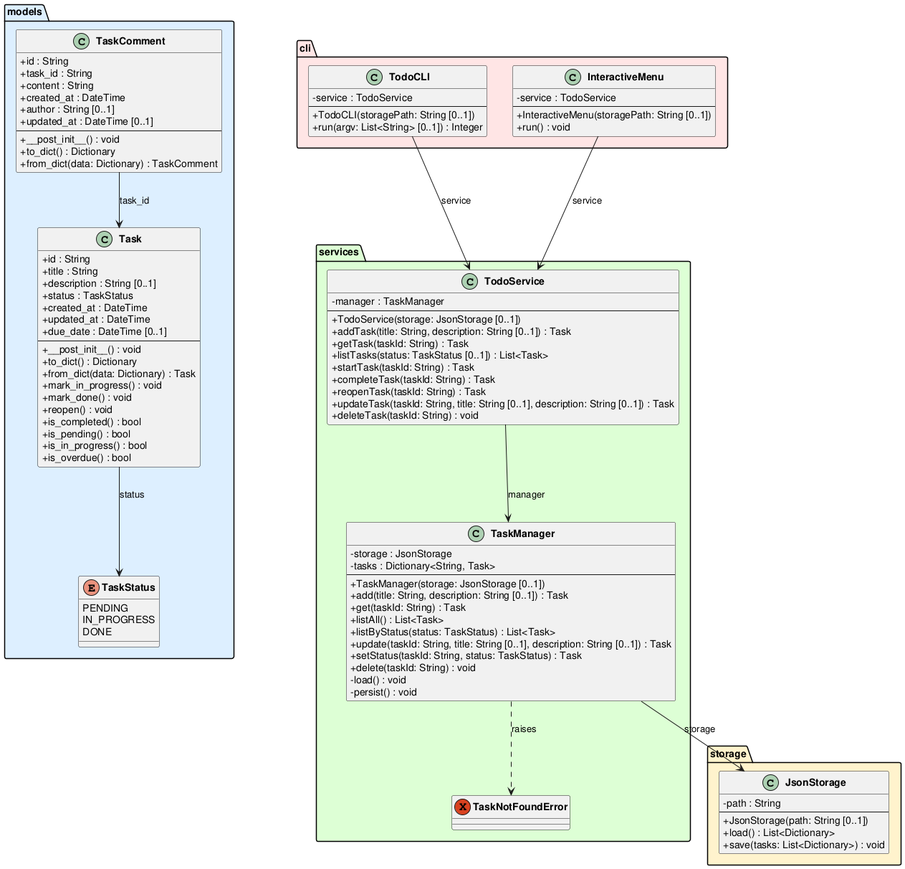
The PlantUML diagram experiments/pipeline/test_driven/TODO/artifacts/class_diagram.png in DanielRiha8906/Software_autoevolution_using_agents, before a commit.
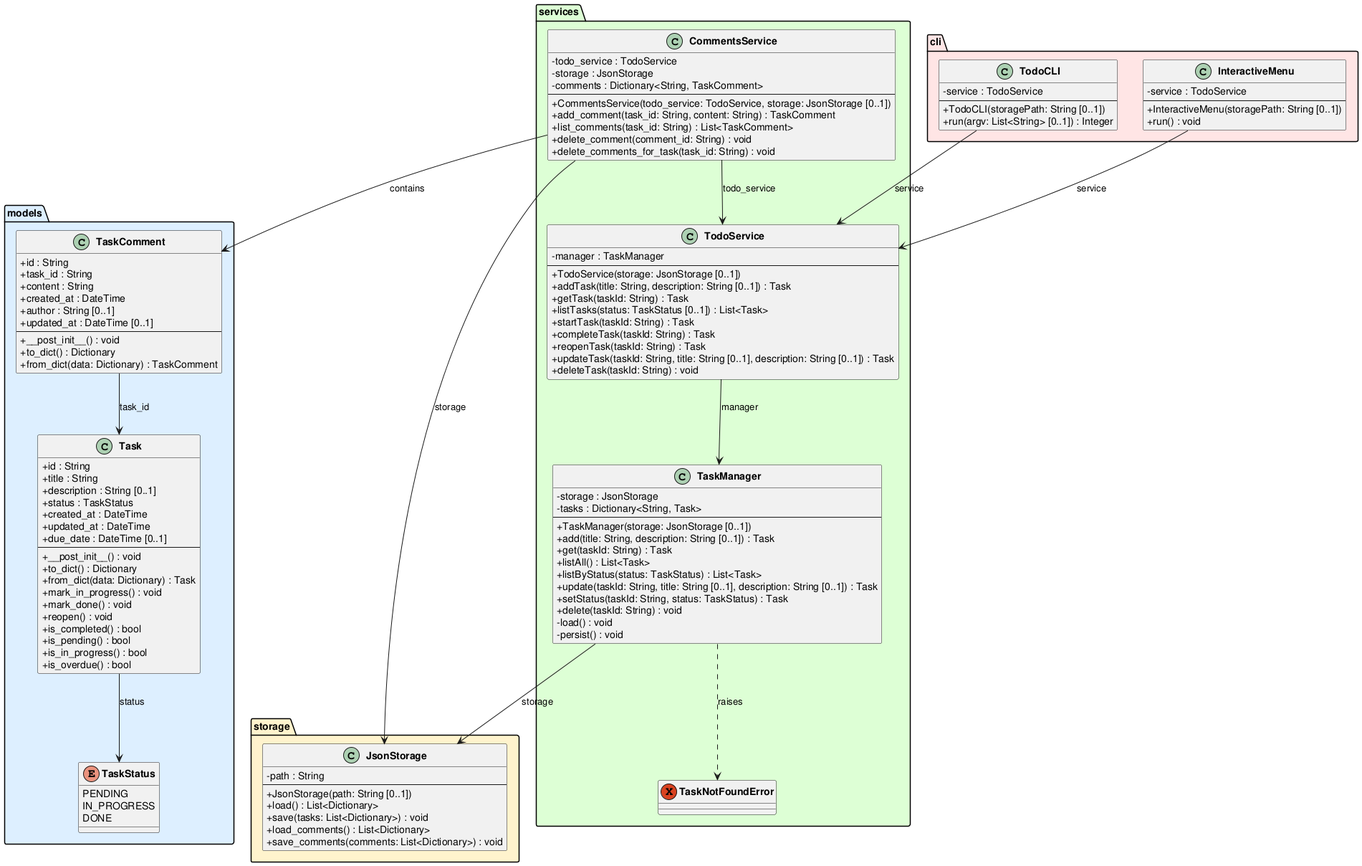
After the change.

Change to the diagram source:
```diff
@@ -52,6 +52,8 @@
         +JsonStorage(path: String [0..1])
         +load() : List<Dictionary>
         +save(tasks: List<Dictionary>) : void
+        +load_comments() : List<Dictionary>
+        +save_comments(comments: List<Dictionary>) : void
     }
 }
 
@@ -87,6 +89,18 @@
         +updateTask(taskId: String, title: String [0..1], description: String [0..1]) : Task
         +deleteTask(taskId: String) : void
     }
+
+    class CommentsService {
+        -todo_service : TodoService
+        -storage : JsonStorage
+        -comments : Dictionary<String, TaskComment>
+        --
+        +CommentsService(todo_service: TodoService, storage: JsonStorage [0..1])
+        +add_comment(task_id: String, content: String) : TaskComment
+        +list_comments(task_id: String) : List<TaskComment>
+        +delete_comment(comment_id: String) : void
+        +delete_comments_for_task(task_id: String) : void
+    }
 }
 
 package "cli" #FFE5E5 {
@@ -110,6 +124,9 @@
 TaskManager --> JsonStorage : storage
 TaskManager ..> TaskNotFoundError : raises
 TodoService --> TaskManager : manager
+CommentsService --> TodoService : todo_service
+CommentsService --> JsonStorage : storage
+CommentsService --> TaskComment : contains
 TodoCLI --> TodoService : service
 InteractiveMenu --> TodoService : service
 
```
